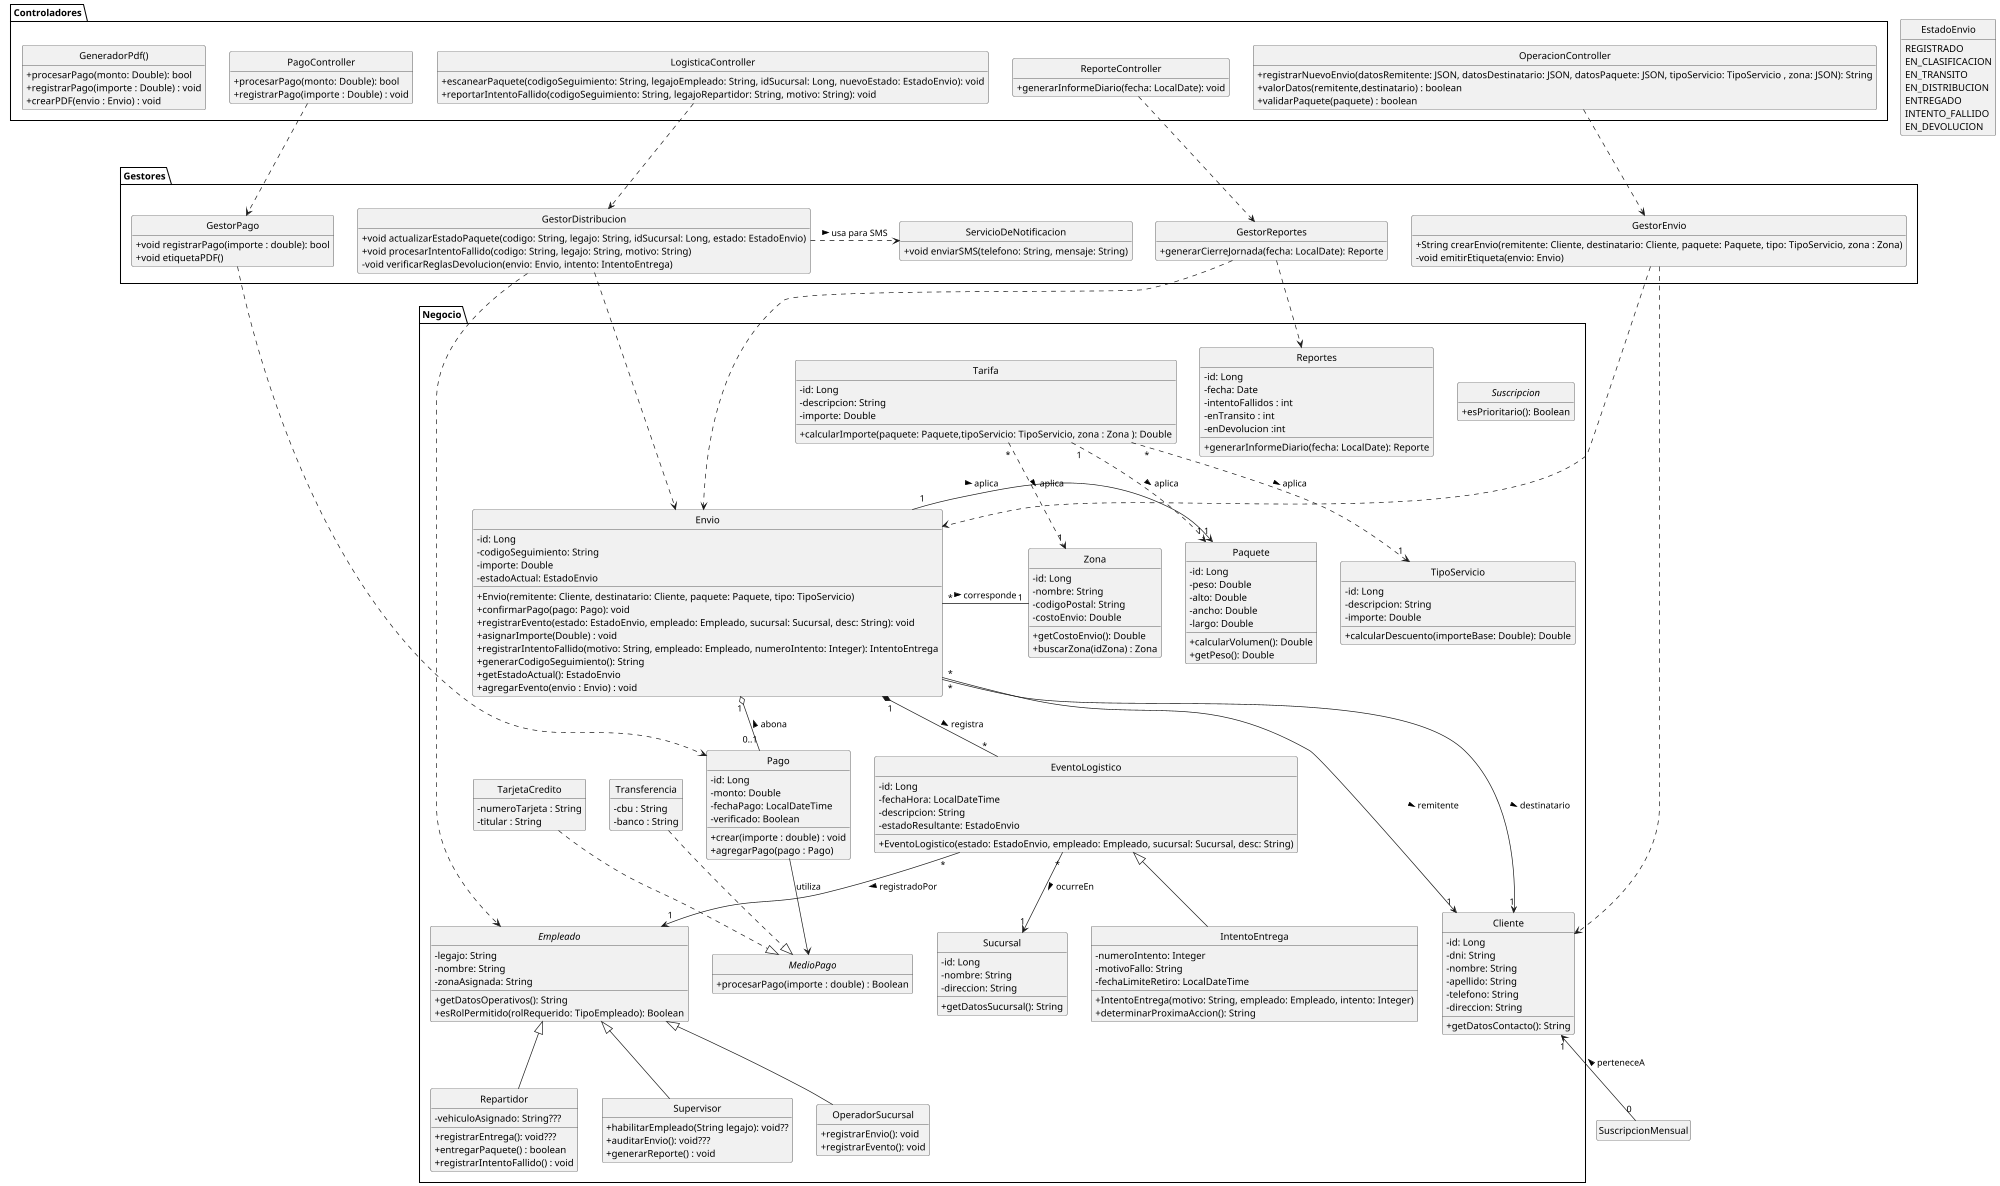
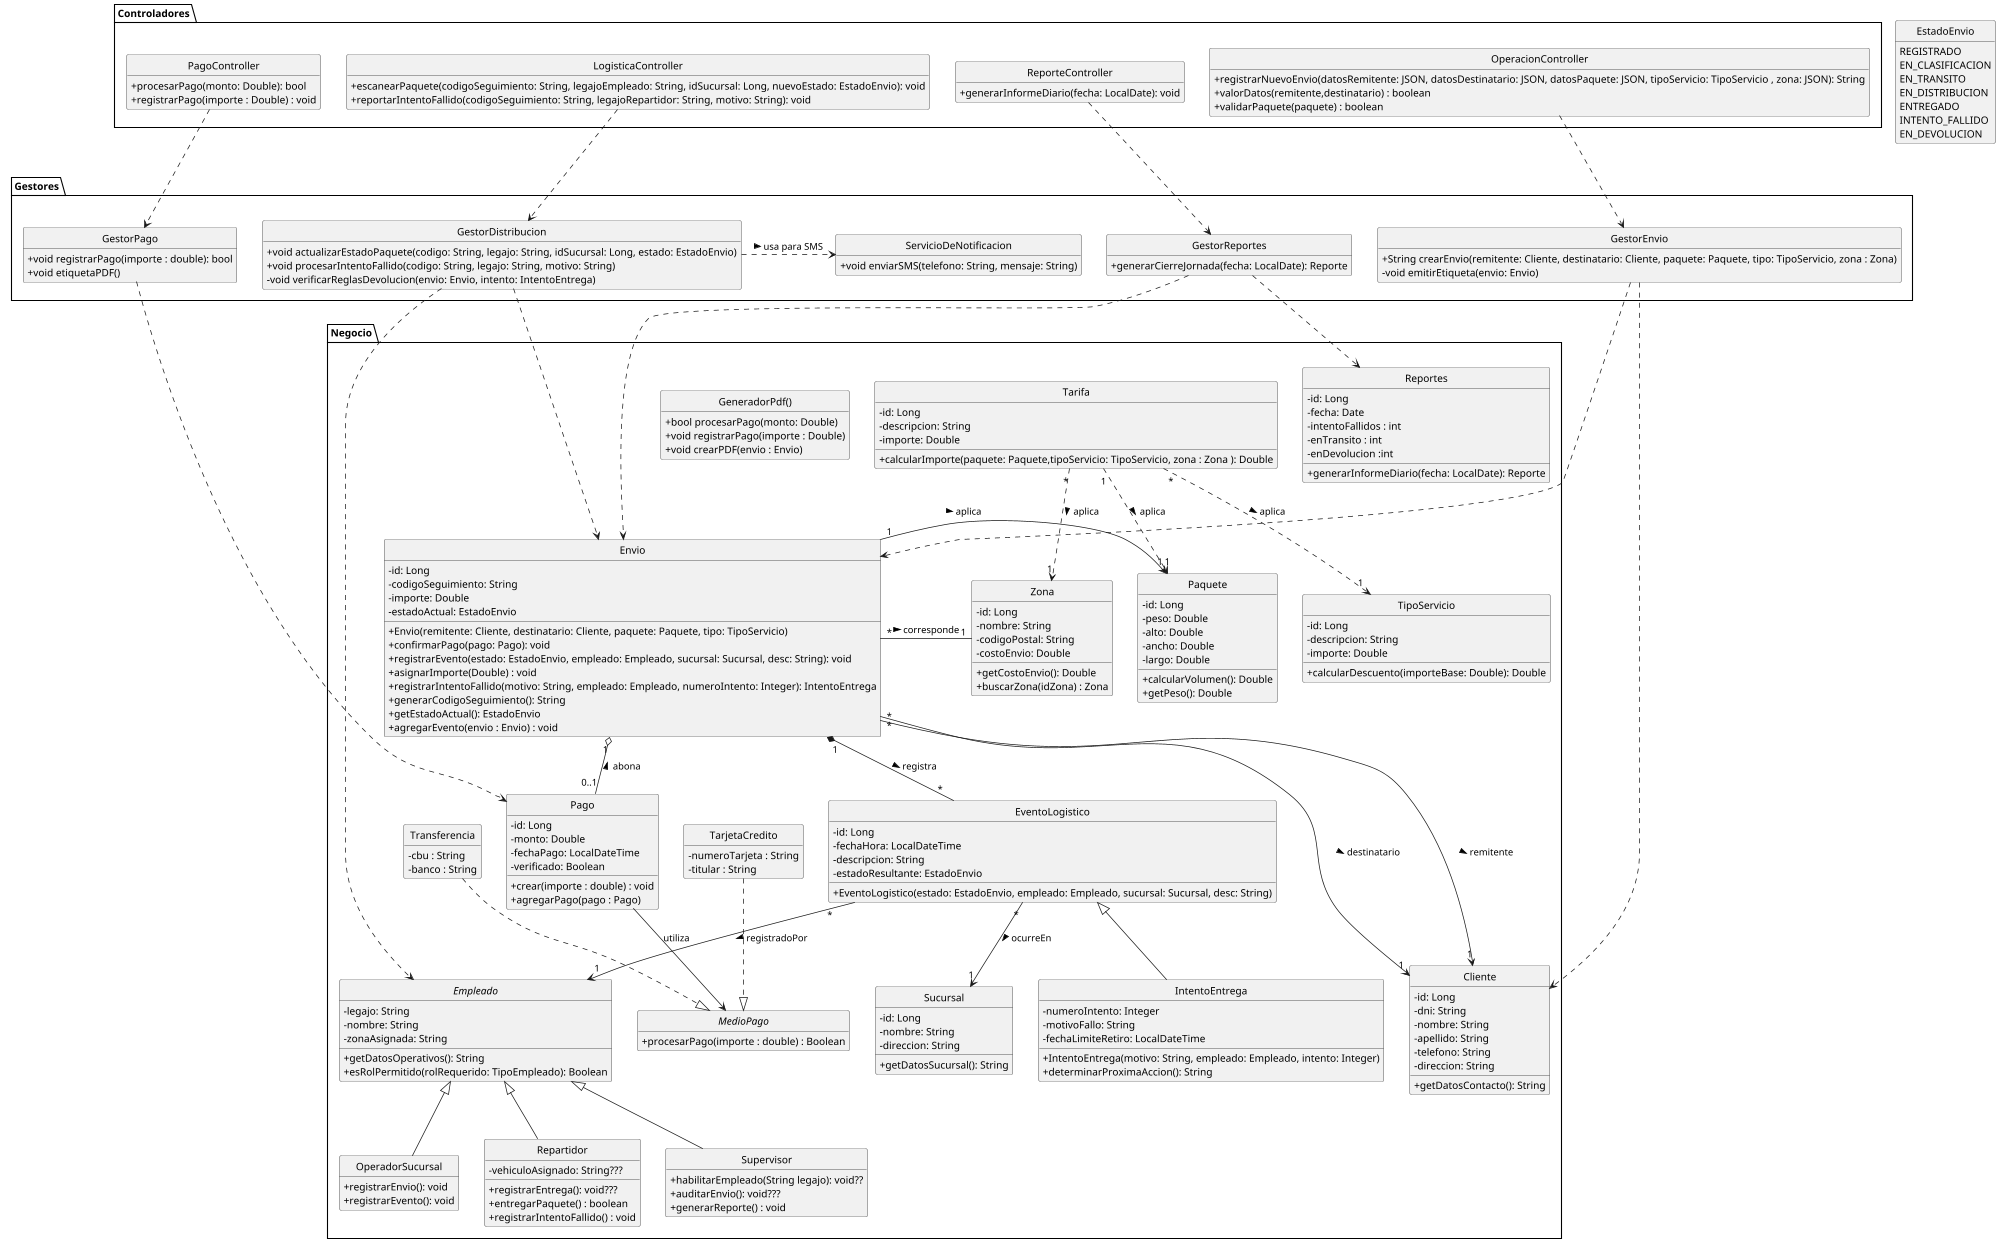
@startuml
scale max 2000 width
skinparam classAttributeIconSize 0
skinparam style strictuml
skinparam DefaultFontName "Arial"
hide empty members

package Negocio{
-   interface Suscripcion {
- 
-     + esPrioritario(): Boolean
-   }
+   ' interface Suscripcion {
+ 
+   '   + esPrioritario(): Boolean
+   ' }

  ' --- ENTIDADES DE DOMINIO (Lógica y Estado) ---
  class Cliente {
    - id: Long
    - dni: String
    - nombre: String
    - apellido: String
    - telefono: String
    - direccion: String
    + getDatosContacto(): String
  }

  class Envio {
    - id: Long
    - codigoSeguimiento: String
    - importe: Double
    - estadoActual: EstadoEnvio

    + Envio(remitente: Cliente, destinatario: Cliente, paquete: Paquete, tipo: TipoServicio)
    + confirmarPago(pago: Pago): void
    + registrarEvento(estado: EstadoEnvio, empleado: Empleado, sucursal: Sucursal, desc: String): void
    + asignarImporte(Double) : void
    + registrarIntentoFallido(motivo: String, empleado: Empleado, numeroIntento: Integer): IntentoEntrega
    + generarCodigoSeguimiento(): String
    + getEstadoActual(): EstadoEnvio
    + agregarEvento(envio : Envio) : void
  }

  class TipoServicio{
    - id: Long
    - descripcion: String
    - importe: Double
    + calcularDescuento(importeBase: Double): Double
  }

  class Paquete {
    - id: Long
    - peso: Double
    - alto: Double
    - ancho: Double
    - largo: Double
    + calcularVolumen(): Double
    + getPeso(): Double
  }

  class Pago {
    - id: Long
    - monto: Double
    - fechaPago: LocalDateTime
    - verificado: Boolean
    + crear(importe : double) : void
    + agregarPago(pago : Pago)
  }

  interface MedioPago{
    +procesarPago(importe : double) : Boolean
}

class TarjetaCredito{
    -numeroTarjeta : String
    -titular : String
}

class Transferencia{
    -cbu : String
    -banco : String
}


  abstract class Empleado {
    - legajo: String
    - nombre: String
    - zonaAsignada: String
    + getDatosOperativos(): String
    + esRolPermitido(rolRequerido: TipoEmpleado): Boolean
  }

  class OperadorSucursal {
    + registrarEnvio(): void
    + registrarEvento(): void
  }
  class Sucursal{
    - id: Long
    - nombre: String
    - direccion: String
    + getDatosSucursal(): String
  }

  class Repartidor {
    - vehiculoAsignado: String???
    + registrarEntrega(): void???
    + entregarPaquete() : boolean
    + registrarIntentoFallido() : void
   }

  class Supervisor {
    + habilitarEmpleado(String legajo): void??
    + auditarEnvio(): void???
+ generarReporte() : void
  }

  class Reportes{
    - id: Long
    - fecha: Date
    - intentoFallidos : int
    - enTransito : int
    - enDevolucion :int
    + generarInformeDiario(fecha: LocalDate): Reporte

  }

 class Zona {
    - id: Long
    - nombre: String
    - codigoPostal: String
    - costoEnvio: Double
    + getCostoEnvio(): Double
    + buscarZona(idZona) : Zona
  }


  class Tarifa{
    - id: Long
    - descripcion: String
    - importe: Double
    + calcularImporte(paquete: Paquete,tipoServicio: TipoServicio, zona : Zona ): Double
  }

  class EventoLogistico
{
    - id: Long
    - fechaHora: LocalDateTime
    - descripcion: String
    - estadoResultante: EstadoEnvio
    + EventoLogistico(estado: EstadoEnvio, empleado: Empleado, sucursal: Sucursal, desc: String)
  }

'   class SuscripcionMensual
' {
'     -fechaVencimiento : LocalDate
'     -servicioPrioritario : boolean
'     -descuento : double
'   }
'   note right of SuscripcionMensual
'     La cardinalidad 0 a 1 indica que puede o no tener
' una suscripción. Con lo cual queda la clase anexada a cliente para un futuro

'   end note

  class IntentoEntrega {
    - numeroIntento: Integer
    - motivoFallo: String
    - fechaLimiteRetiro: LocalDateTime
    + IntentoEntrega(motivo: String, empleado: Empleado, intento: Integer)
    + determinarProximaAccion(): String
  }
+     class GeneradorPdf() {
+     + bool procesarPago(monto: Double)
+     + void registrarPago(importe : Double)
+     + void crearPDF(envio : Envio)
+   }
+ 
}

EventoLogistico <|-- IntentoEntrega
Empleado <|-- OperadorSucursal
Empleado <|-- Repartidor
Empleado <|-- Supervisor
Pago --> MedioPago : utiliza
TarjetaCredito ..|> MedioPago
Transferencia ..|> MedioPago



' --- CAPA DE CONTROLADORES (Interfaces externas / API) ---
package Controladores {
  class OperacionController {
    + registrarNuevoEnvio(datosRemitente: JSON, datosDestinatario: JSON, datosPaquete: JSON, tipoServicio: TipoServicio , zona: JSON): String
    + valorDatos(remitente,destinatario) : boolean
    + validarPaquete(paquete) : boolean
  }

  class LogisticaController {
    + escanearPaquete(codigoSeguimiento: String, legajoEmpleado: String, idSucursal: Long, nuevoEstado: EstadoEnvio): void
    + reportarIntentoFallido(codigoSeguimiento: String, legajoRepartidor: String, motivo: String): void
  }

  class ReporteController {
    + generarInformeDiario(fecha: LocalDate): void
  }

  class PagoController {
    + procesarPago(monto: Double): bool
    + registrarPago(importe : Double) : void
  }

-   class GeneradorPdf() {
-     + procesarPago(monto: Double): bool
-     + registrarPago(importe : Double) : void
-     + crearPDF(envio : Envio) : void
-   }

}

' --- CAPA DE GESTORES (Servicios de Aplicación / Casos de Uso) ---
package Gestores {
  class GestorEnvio {
    + String crearEnvio(remitente: Cliente, destinatario: Cliente, paquete: Paquete, tipo: TipoServicio, zona : Zona)
    - void emitirEtiqueta(envio: Envio)
  }

  class GestorDistribucion {
    + void actualizarEstadoPaquete(codigo: String, legajo: String, idSucursal: Long, estado: EstadoEnvio)
    + void procesarIntentoFallido(codigo: String, legajo: String, motivo: String)
    - void verificarReglasDevolucion(envio: Envio, intento: IntentoEntrega)
  }

  class ServicioDeNotificacion {
    + void enviarSMS(telefono: String, mensaje: String)
  }

  class GestorReportes {
    + generarCierreJornada(fecha: LocalDate): Reporte
  }
  class GestorPago {
    + void registrarPago(importe : double): bool
    + void etiquetaPDF()
  }

}

' --- ENUMS E INTERFACES ---

enum EstadoEnvio {
  REGISTRADO
  EN_CLASIFICACION
  EN_TRANSITO
  EN_DISTRIBUCION
  ENTREGADO
  INTENTO_FALLIDO
  EN_DEVOLUCION
}
' --- DEPENDENCIAS ARQUITECTÓNICAS (Controladores -> Gestores -> Dominio) ---

' 1. Forzamos que los controladores apunten estrictamente HACIA ABAJO a los gestores
OperacionController .down.> GestorEnvio
LogisticaController .down.> GestorDistribucion
ReporteController .down.> GestorReportes
PagoController .down.> GestorPago

' 2. Forzamos que los gestores apunten HACIA ABAJO a las entidades de dominio
GestorPago .down.> Pago
GestorEnvio .down.> Envio
GestorEnvio .down.> Cliente
GestorDistribucion .down.> Envio
GestorDistribucion .down.> Empleado

+ 
+ 
' 3. Usamos direcciones laterales (derecha/izquierda) para servicios transversales
GestorDistribucion .right.> ServicioDeNotificacion : usa para SMS >
GestorReportes .down.> Reportes
GestorReportes .down.> Envio

' --- RELACIONES ESTRUCTURALES (Entidades de Dominio) ---

' Alargar las flechas (usando más guiones) ayuda a separar las entidades principales
Envio "*" ---> "1" Cliente : remitente >
Envio "*" ---> "1" Cliente : destinatario >

Envio "1" o-- "0..1" Pago : abona <
Envio "1" *-- "*" EventoLogistico : registra >
Envio "*" -left- "1" Zona : corresponde >
Envio "1" -right-> "1" Paquete : aplica >

' Agrupamos la lógica de tarifas para que no se disperse por el diagrama
Tarifa "*" .down.> "1" Zona : aplica >
Tarifa "*" .down.> "1" TipoServicio : aplica >
Tarifa "1" .down.> "1" Paquete : aplica >

- SuscripcionMensual "0" -up-> "1" Cliente : perteneceA >
+ 
+ ' SuscripcionMensual "0" -up-> "1" Cliente : perteneceA >

EventoLogistico "*" --> "1" Empleado : registradoPor >
EventoLogistico "*" --> "1" Sucursal : ocurreEn >
- @enduml+ @enduml
